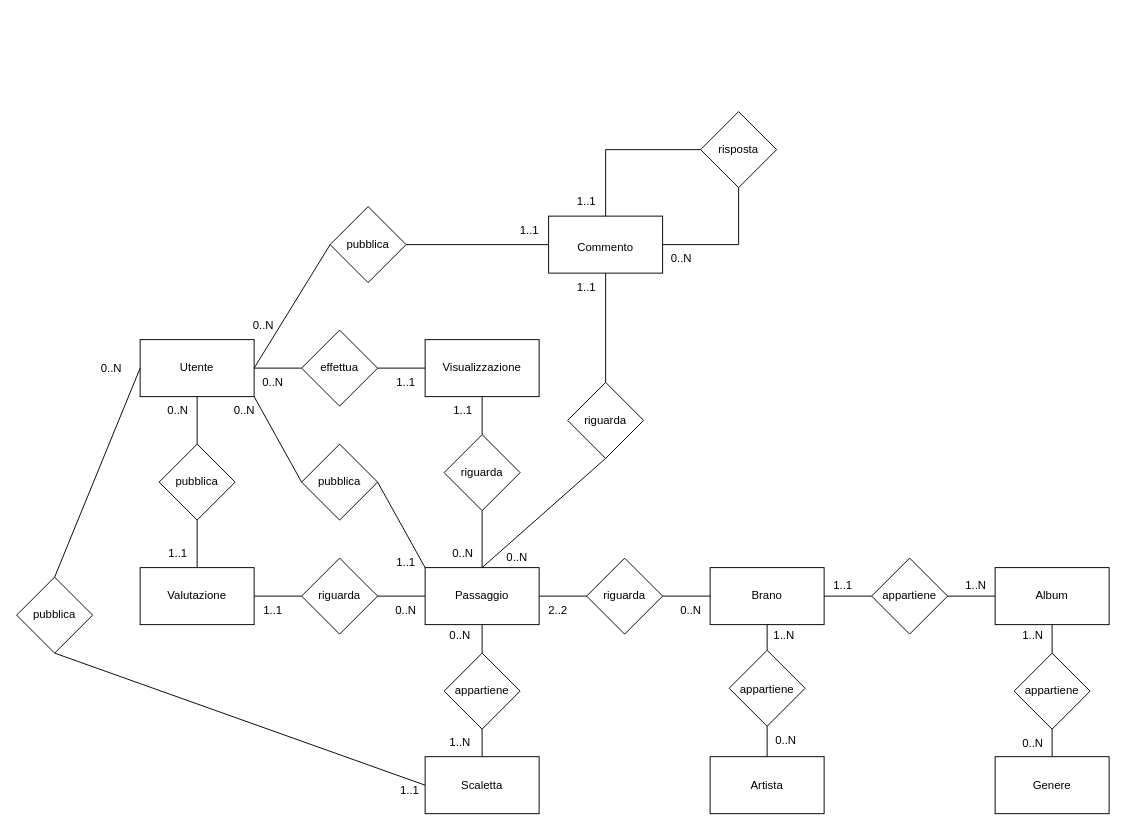
Earlier version of the draw.io diagram Diagramma ER.drawio (stefadb/DJ_SOCIAL_NETWORK_MIXTO). Source tidied: cells renumbered, new cells numbered last; positions are measured from the earlier drawing's top-left corner, leaving out a move shared by most shapes. Both pictures are drawn from the tidied source at 95%, with x=0, y=0 at pixel (16, 111).
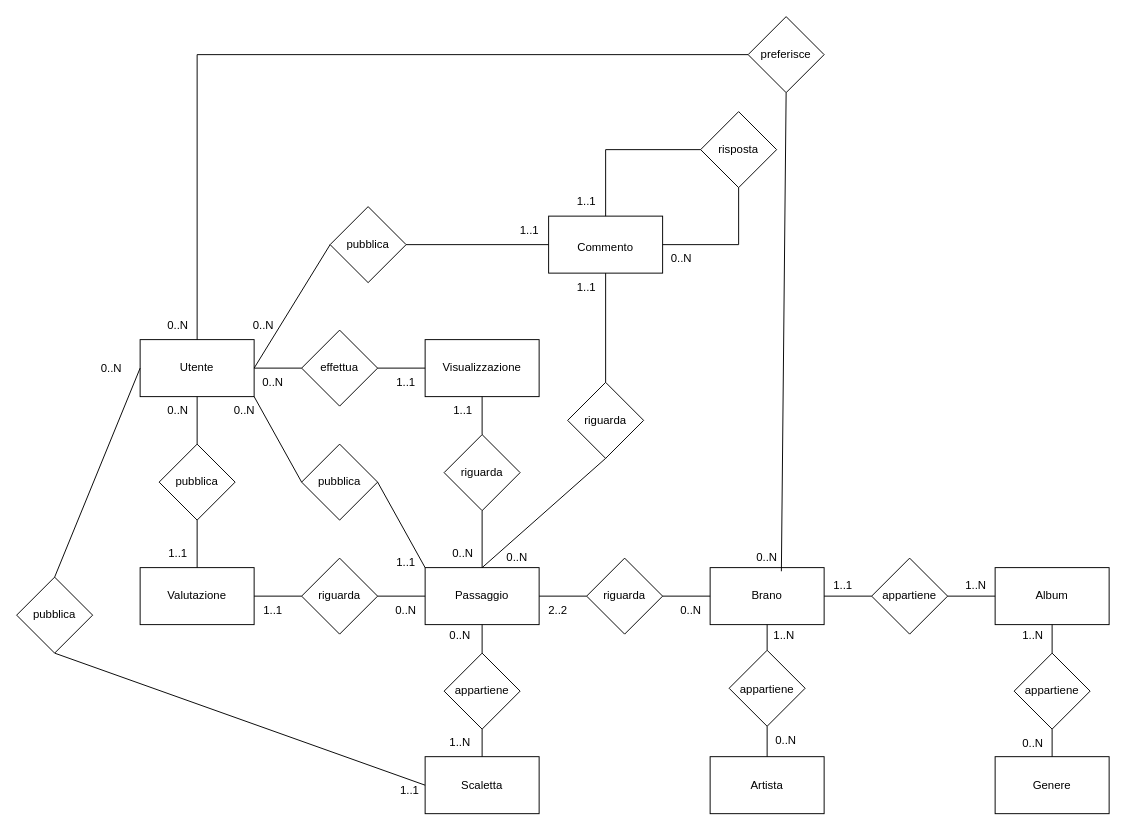
Above is the later version.

Unchanged cells that the change refers to:
```xml
<mxCell id="2" style="rounded=0;whiteSpace=wrap;html=1;" parent="1" vertex="1">
  <mxGeometry x="730" y="480" width="120" height="60" as="geometry" />
</mxCell>
<mxCell id="16" style="rounded=0;whiteSpace=wrap;html=1;" parent="1" vertex="1">
  <mxGeometry x="130" y="240" width="120" height="60" as="geometry" />
</mxCell>
```

Change to the diagram source:
```diff
@@
+    <mxCell id="106" style="rhombus;whiteSpace=wrap;html=1;" parent="1" vertex="1">
+      <mxGeometry x="770" y="-100" width="80" height="80" as="geometry" />
+    </mxCell>
+    <mxCell id="107" value="preferisce" style="text;html=1;align=center;verticalAlign=middle;whiteSpace=wrap;rounded=0;" parent="1" vertex="1">
+      <mxGeometry x="780" y="-75" width="60" height="30" as="geometry" />
+    </mxCell>
+    <mxCell id="108" style="endArrow=none;html=1;rounded=0;exitX=0.5;exitY=0;exitDx=0;exitDy=0;" parent="1" edge="1" source="16">
+      <mxGeometry relative="1" as="geometry">
+        <mxPoint x="190" y="-60" as="targetPoint" />
+      </mxGeometry>
+    </mxCell>
+    <mxCell id="109" style="endArrow=none;html=1;rounded=0;entryX=0;entryY=0.5;entryDx=0;entryDy=0;" parent="1" edge="1" target="106">
+      <mxGeometry relative="1" as="geometry">
+        <mxPoint x="190" y="-60" as="sourcePoint" />
+      </mxGeometry>
+    </mxCell>
+    <mxCell id="110" style="endArrow=none;html=1;rounded=0;exitX=0.5;exitY=1;exitDx=0;exitDy=0;entryX=0.625;entryY=0.064;entryDx=0;entryDy=0;entryPerimeter=0;" parent="1" edge="1" source="106" target="2">
+      <mxGeometry relative="1" as="geometry" />
+    </mxCell>
+    <mxCell id="111" value="0..N" style="text;html=1;align=center;verticalAlign=middle;whiteSpace=wrap;rounded=0;" parent="1" vertex="1">
+      <mxGeometry x="140" y="210" width="60" height="30" as="geometry" />
+    </mxCell>
+    <mxCell id="112" value="0..N" style="text;html=1;align=center;verticalAlign=middle;whiteSpace=wrap;rounded=0;" parent="1" vertex="1">
+      <mxGeometry x="760" y="454" width="60" height="30" as="geometry" />
+    </mxCell>
```
